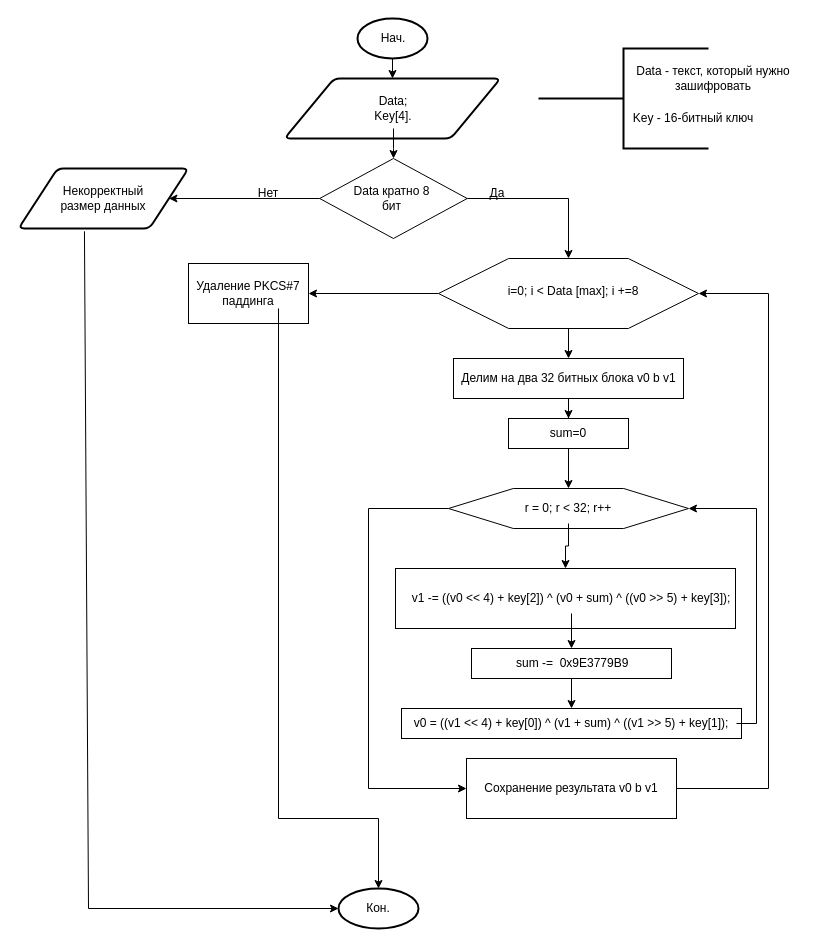
Above: Блок_схема_дешифрованияTEA.drawio in EvAnGEL0/databases (draw.io), before the change. Source tidied: cells renumbered, new cells numbered last; positions are measured from the earlier drawing's top-left corner, leaving out a move shared by most shapes. Both pictures are drawn from the tidied source at 100%, with x=0, y=0 at pixel (18, 18).
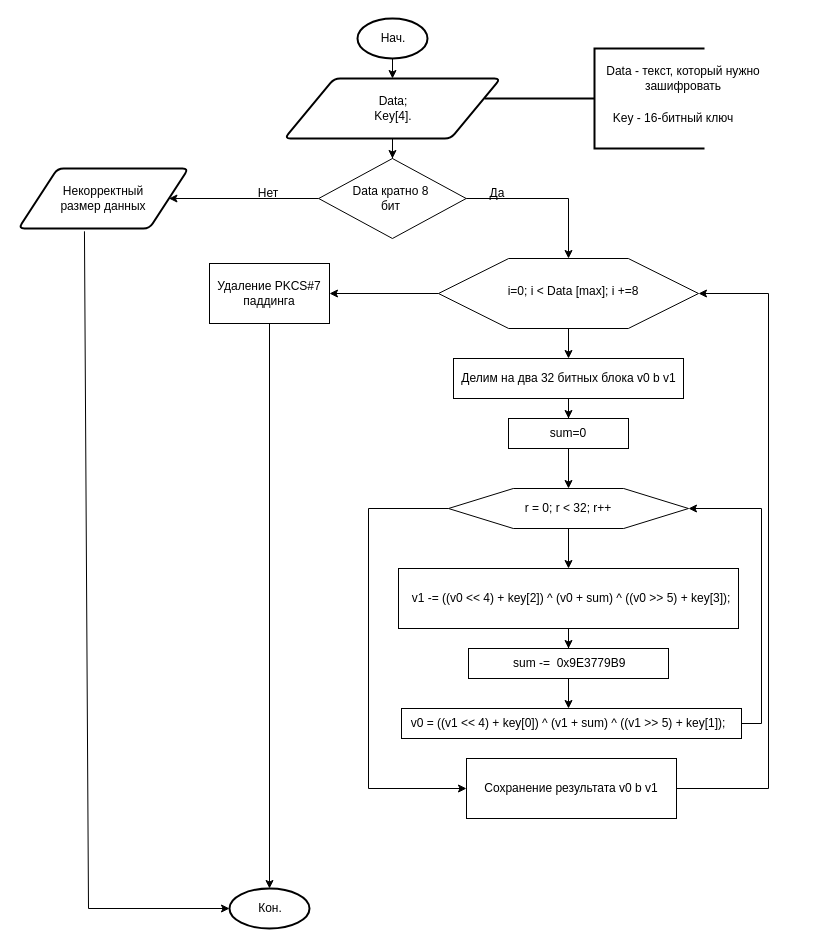
The same diagram, later.

Unchanged cells that the change refers to:
```xml
<mxCell id="5" style="group;" parent="1" vertex="1">
  <mxGeometry x="320" y="870" width="80" height="40" as="geometry" />
</mxCell>
<mxCell id="8" style="shape=parallelogram;html=1;strokeWidth=2;perimeter=parallelogramPerimeter;whiteSpace=wrap;rounded=1;arcSize=12;size=0.23;" parent="1" vertex="1">
  <mxGeometry x="266" y="60" width="216" height="60" as="geometry" />
</mxCell>
<mxCell id="11" value="Data;&lt;div&gt;Key[4].&lt;/div&gt;" style="text;html=1;whiteSpace=wrap;strokeColor=none;fillColor=none;align=center;verticalAlign=middle;rounded=0;" parent="1" vertex="1">
  <mxGeometry x="320" y="70" width="110" height="40" as="geometry" />
</mxCell>
<mxCell id="13" style="rhombus;whiteSpace=wrap;html=1;" parent="12" vertex="1">
  <mxGeometry width="147.5" height="80" as="geometry" />
</mxCell>
<mxCell id="36" style="verticalLabelPosition=bottom;verticalAlign=top;html=1;shape=hexagon;perimeter=hexagonPerimeter2;arcSize=6;size=0.27;" parent="35" vertex="1">
  <mxGeometry width="240" height="40" as="geometry" />
</mxCell>
<mxCell id="37" value="r = 0; r &amp;lt; 32; r++" style="text;html=1;whiteSpace=wrap;strokeColor=none;fillColor=none;align=center;verticalAlign=middle;rounded=0;" parent="35" vertex="1">
  <mxGeometry x="60" y="5" width="120" height="30" as="geometry" />
</mxCell>
<mxCell id="40" value="v1 -= ((v0 &amp;lt;&amp;lt; 4) + key[2]) ^ (v0 + sum) ^ ((v0 &amp;gt;&amp;gt; 5) + key[3]);" style="text;html=1;whiteSpace=wrap;strokeColor=none;fillColor=none;align=center;verticalAlign=middle;rounded=0;" parent="1" vertex="1">
  <mxGeometry x="383" y="565" width="340" height="30" as="geometry" />
</mxCell>
<mxCell id="42" style="whiteSpace=wrap;html=1;" parent="41" vertex="1">
  <mxGeometry width="200" height="30" as="geometry" />
</mxCell>
<mxCell id="47" style="group;" parent="1" vertex="1">
  <mxGeometry x="383" y="690" width="340" height="30" as="geometry" />
</mxCell>
<mxCell id="48" style="whiteSpace=wrap;html=1;" parent="47" vertex="1">
  <mxGeometry width="340" height="30" as="geometry" />
</mxCell>
<mxCell id="57" style="rounded=0;whiteSpace=wrap;html=1;" parent="56" vertex="1">
  <mxGeometry width="120" height="60" as="geometry" />
</mxCell>
<mxCell id="58" value="Удаление PKCS#7 паддинга" style="text;html=1;whiteSpace=wrap;strokeColor=none;fillColor=none;align=center;verticalAlign=middle;rounded=0;" parent="56" vertex="1">
  <mxGeometry y="15" width="120" height="30" as="geometry" />
</mxCell>
```

Diff of the diagram source:
```diff
@@
+    <mxCell id="60" style="group;" parent="5" vertex="1">
+      <mxGeometry x="-109" width="80" height="40" as="geometry" />
+    </mxCell>
-    <mxCell id="6" style="strokeWidth=2;html=1;shape=mxgraph.flowchart.start_1;whiteSpace=wrap;" parent="5" vertex="1">
+    <mxCell id="6" style="strokeWidth=2;html=1;shape=mxgraph.flowchart.start_1;whiteSpace=wrap;" parent="60" vertex="1">
       <mxGeometry width="80" height="40" as="geometry" />
     </mxCell>
-    <mxCell id="7" value="Кон." style="text;html=1;whiteSpace=wrap;strokeColor=none;fillColor=none;align=center;verticalAlign=middle;rounded=0;" parent="5" vertex="1">
-      <mxGeometry x="16" y="10" width="48" height="20" as="geometry" />
+    <mxCell id="7" value="Кон." style="text;html=1;whiteSpace=wrap;strokeColor=none;fillColor=none;align=center;verticalAlign=middle;rounded=0;" parent="60" vertex="1">
+      <mxGeometry x="17" y="10" width="48" height="20" as="geometry" />
     </mxCell>
+    <mxCell id="61" style="edgeStyle=orthogonalEdgeStyle;rounded=0;jettySize=auto;html=1;entryX=0.5;entryY=0;entryDx=0;entryDy=0;" parent="1" edge="1" source="8" target="13">
+      <mxGeometry relative="1" as="geometry" />
+    </mxCell>
@@
-    <mxCell id="10" style="edgeStyle=orthogonalEdgeStyle;rounded=0;jettySize=auto;html=1;" parent="1" edge="1" source="11" target="13">
-      <mxGeometry relative="1" as="geometry" />
-    </mxCell>
@@
     <mxCell id="12" style="group;" parent="1" vertex="1">
-      <mxGeometry x="301.2" y="140" width="147.5" height="80" as="geometry" />
+      <mxGeometry x="300.2" y="140" width="147.5" height="80" as="geometry" />
     </mxCell>
@@
     <mxCell id="21" style="strokeWidth=2;html=1;shape=mxgraph.flowchart.annotation_2;align=left;labelPosition=right;" parent="1" vertex="1">
-      <mxGeometry x="520" y="30" width="170" height="100" as="geometry" />
+      <mxGeometry x="466" y="30" width="220" height="100" as="geometry" />
     </mxCell>
     <mxCell id="22" value="Data - текст, который нужно зашифровать" style="text;html=1;whiteSpace=wrap;strokeColor=none;fillColor=none;align=center;verticalAlign=middle;rounded=0;" parent="1" vertex="1">
-      <mxGeometry x="610" y="30" width="170" height="60" as="geometry" />
+      <mxGeometry x="580" y="30" width="170" height="60" as="geometry" />
     </mxCell>
     <mxCell id="23" value="Key - 16-битный ключ" style="text;html=1;whiteSpace=wrap;strokeColor=none;fillColor=none;align=center;verticalAlign=middle;rounded=0;" parent="1" vertex="1">
-      <mxGeometry x="590" y="70" width="170" height="60" as="geometry" />
+      <mxGeometry x="570" y="70" width="170" height="60" as="geometry" />
     </mxCell>
@@
+    <mxCell id="62" style="edgeStyle=orthogonalEdgeStyle;rounded=0;jettySize=auto;html=1;entryX=0.5;entryY=0;entryDx=0;entryDy=0;" parent="1" edge="1" source="38" target="42">
+      <mxGeometry relative="1" as="geometry" />
+    </mxCell>
     <mxCell id="38" style="whiteSpace=wrap;html=1;" parent="1" vertex="1">
-      <mxGeometry x="377" y="550" width="340" height="60" as="geometry" />
+      <mxGeometry x="380" y="550" width="340" height="60" as="geometry" />
     </mxCell>
-    <mxCell id="39" style="edgeStyle=orthogonalEdgeStyle;rounded=0;jettySize=auto;html=1;" parent="1" edge="1" source="40" target="42">
-      <mxGeometry relative="1" as="geometry" />
-    </mxCell>
@@
     <mxCell id="41" style="group;" parent="1" vertex="1">
-      <mxGeometry x="453" y="630" width="200" height="30" as="geometry" />
+      <mxGeometry x="450" y="630" width="200" height="30" as="geometry" />
     </mxCell>
@@
-    <mxCell id="44" style="edgeStyle=orthogonalEdgeStyle;rounded=0;jettySize=auto;html=1;" parent="1" edge="1" source="42" target="48">
-      <mxGeometry relative="1" as="geometry" />
-    </mxCell>
-    <mxCell id="45" style="edgeStyle=orthogonalEdgeStyle;rounded=0;jettySize=auto;html=1;entryX=0.5;entryY=0;entryDx=0;entryDy=0;" parent="1" edge="1" source="37" target="38">
-      <mxGeometry relative="1" as="geometry" />
-    </mxCell>
@@
     <mxCell id="49" value="v0 = ((v1 &amp;lt;&amp;lt; 4) + key[0]) ^ (v1 + sum) ^ ((v1 &amp;gt;&amp;gt; 5) + key[1]);" style="text;html=1;whiteSpace=wrap;strokeColor=none;fillColor=none;align=center;verticalAlign=middle;rounded=0;" parent="47" vertex="1">
-      <mxGeometry x="5" width="330" height="30" as="geometry" />
+      <mxGeometry x="2" width="330" height="30" as="geometry" />
     </mxCell>
@@
-    <mxCell id="53" style="edgeStyle=orthogonalEdgeStyle;rounded=0;jettySize=auto;html=1;exitX=1;exitY=0.5;exitDx=0;exitDy=0;entryX=1;entryY=0.5;entryDx=0;entryDy=0;" parent="1" edge="1" source="49" target="36">
-      <mxGeometry relative="1" as="geometry" />
-    </mxCell>
@@
     <mxCell id="56" style="group;" parent="1" vertex="1">
-      <mxGeometry x="170" y="245" width="120" height="60" as="geometry" />
+      <mxGeometry x="191" y="245" width="120" height="60" as="geometry" />
     </mxCell>
@@
-    <mxCell id="59" style="edgeStyle=orthogonalEdgeStyle;rounded=0;jettySize=auto;html=1;entryX=0.5;entryY=0;entryDx=0;entryDy=0;entryPerimeter=0;" parent="1" edge="1" source="58" target="6">
-      <mxGeometry relative="1" as="geometry">
-        <Array as="points">
-          <mxPoint x="260" y="800" />
-          <mxPoint x="360" y="800" />
-        </Array>
-      </mxGeometry>
-    </mxCell>
+    <mxCell id="63" style="edgeStyle=orthogonalEdgeStyle;rounded=0;jettySize=auto;html=1;entryX=0.5;entryY=0;entryDx=0;entryDy=0;entryPerimeter=0;" parent="1" edge="1" source="57" target="6">
+      <mxGeometry relative="1" as="geometry" />
+    </mxCell>
+    <mxCell id="64" style="edgeStyle=orthogonalEdgeStyle;rounded=0;jettySize=auto;html=1;entryX=0.5;entryY=0;entryDx=0;entryDy=0;" parent="1" edge="1" source="36" target="38">
+      <mxGeometry relative="1" as="geometry" />
+    </mxCell>
+    <mxCell id="65" style="edgeStyle=orthogonalEdgeStyle;rounded=0;jettySize=auto;html=1;entryX=0.5;entryY=0;entryDx=0;entryDy=0;" parent="1" edge="1" source="42" target="49">
+      <mxGeometry relative="1" as="geometry" />
+    </mxCell>
+    <mxCell id="66" style="edgeStyle=orthogonalEdgeStyle;rounded=0;jettySize=auto;html=1;exitX=1;exitY=0.5;exitDx=0;exitDy=0;entryX=1;entryY=0.5;entryDx=0;entryDy=0;" parent="1" edge="1" source="48" target="36">
+      <mxGeometry relative="1" as="geometry" />
+    </mxCell>
```
